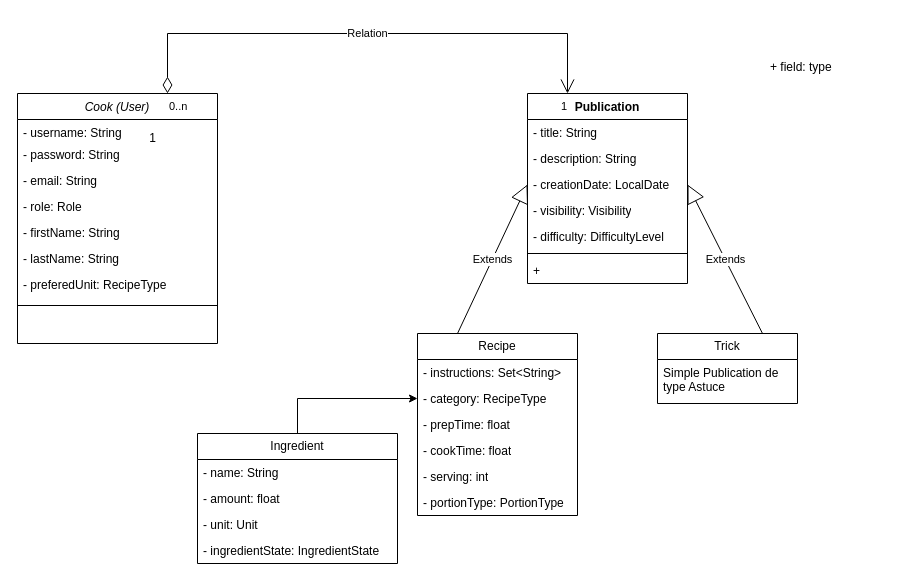
Above: Cookbook.drawio in 2055619/cookbook (draw.io), before the change. Source tidied: cells renumbered, new cells numbered last; positions are measured from the earlier drawing's top-left corner, leaving out a move shared by most shapes. Both pictures are drawn from the tidied source at 100%, with x=0, y=0 at pixel (17, 33).
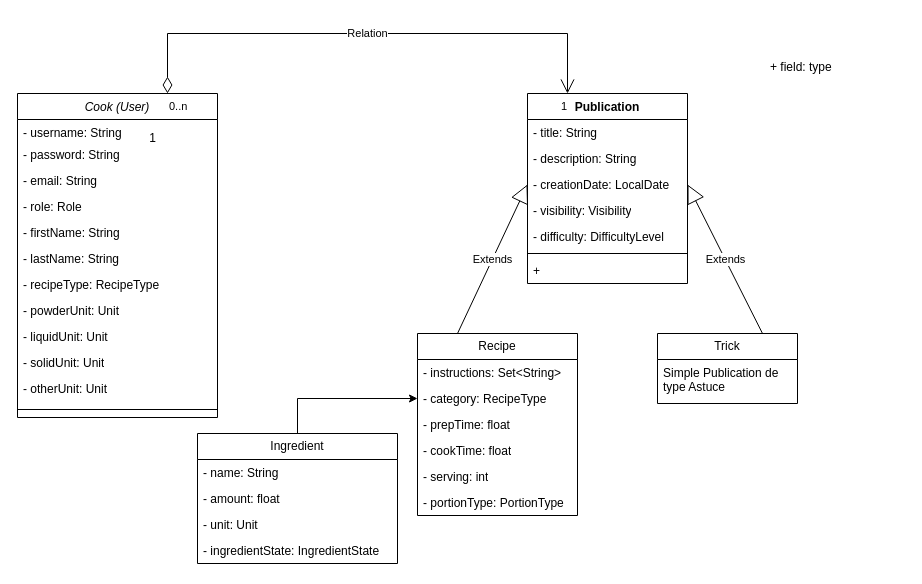
The same diagram, later.

Diff of the diagram source:
```diff
@@
     <mxCell id="2" value="Cook (User)" style="swimlane;fontStyle=2;align=center;verticalAlign=top;horizontal=1;startSize=26;rounded=0;shadow=0;strokeWidth=1;" parent="1" vertex="1">
-      <mxGeometry y="60" width="200" height="250" as="geometry" />
+      <mxGeometry y="60" width="200" height="324" as="geometry" />
     </mxCell>
@@
-    <mxCell id="9" value="- preferedUnit: RecipeType" style="text;align=left;verticalAlign=top;spacingLeft=4;spacingRight=4;overflow=hidden;rounded=0;shadow=0;html=0;" parent="2" vertex="1">
+    <mxCell id="9" value="- recipeType: RecipeType" style="text;align=left;verticalAlign=top;spacingLeft=4;spacingRight=4;overflow=hidden;rounded=0;shadow=0;html=0;" parent="2" vertex="1">
       <mxGeometry y="178" width="200" height="26" as="geometry" />
     </mxCell>
+    <mxCell id="41" value="- powderUnit: Unit" style="text;strokeColor=none;fillColor=none;align=left;verticalAlign=top;spacingLeft=4;spacingRight=4;overflow=hidden;whiteSpace=wrap;html=1;" parent="2" vertex="1">
+      <mxGeometry y="204" width="200" height="26" as="geometry" />
+    </mxCell>
+    <mxCell id="42" value="- liquidUnit: Unit" style="text;strokeColor=none;fillColor=none;align=left;verticalAlign=top;spacingLeft=4;spacingRight=4;overflow=hidden;whiteSpace=wrap;html=1;" parent="2" vertex="1">
+      <mxGeometry y="230" width="200" height="26" as="geometry" />
+    </mxCell>
+    <mxCell id="43" value="- solidUnit: Unit" style="text;strokeColor=none;fillColor=none;align=left;verticalAlign=top;spacingLeft=4;spacingRight=4;overflow=hidden;whiteSpace=wrap;html=1;" parent="2" vertex="1">
+      <mxGeometry y="256" width="200" height="26" as="geometry" />
+    </mxCell>
+    <mxCell id="44" value="- otherUnit: Unit" style="text;strokeColor=none;fillColor=none;align=left;verticalAlign=top;spacingLeft=4;spacingRight=4;overflow=hidden;whiteSpace=wrap;html=1;" parent="2" vertex="1">
+      <mxGeometry y="282" width="200" height="26" as="geometry" />
+    </mxCell>
     <mxCell id="10" style="line;html=1;strokeWidth=1;align=left;verticalAlign=middle;spacingTop=-1;spacingLeft=3;spacingRight=3;labelPosition=right;" parent="2" vertex="1">
-      <mxGeometry y="204" width="200" height="16" as="geometry" />
+      <mxGeometry y="308" width="200" height="16" as="geometry" />
     </mxCell>
```
